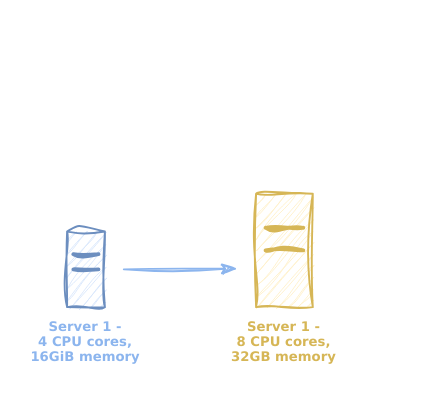
The draw.io diagram page "Page-2" (2 of 2) of diagrams/scaling.drawio in MichaelStott/tech-squawks, before the edit. Source tidied: cells renumbered, new cells numbered last; positions are measured from the earlier drawing's top-left corner, leaving out a move shared by most shapes. Both pictures are drawn from the tidied source at 189%, with x=0, y=0 at pixel (66, 193).
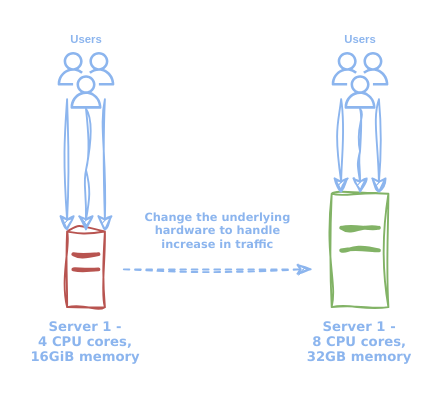
The same page after the edit.

Change to the diagram source:
```diff
@@
-    <mxCell id="2" value="Server 1 - &#10;4 CPU cores,&#10;16GiB memory" style="group;strokeColor=#6c8ebf;fontSize=7;labelPosition=center;verticalLabelPosition=bottom;align=center;verticalAlign=top;fontFamily=Verdana;sketch=1;curveFitting=1;jiggle=2;fillColor=#dae8fc;fontColor=#8CB5EE;fontStyle=1;" parent="1" vertex="1">
+    <mxCell id="2" value="Server 1 - &#10;4 CPU cores,&#10;16GiB memory" style="group;strokeColor=#b85450;fontSize=7;labelPosition=center;verticalLabelPosition=bottom;align=center;verticalAlign=top;fontFamily=Verdana;sketch=1;curveFitting=1;jiggle=2;fillColor=none;fontStyle=1;fontColor=#8CB5EE;" parent="1" vertex="1">
       <mxGeometry y="20" width="20" height="40" as="geometry" />
     </mxCell>
-    <mxCell id="3" style="line;strokeWidth=2;html=1;sketch=1;curveFitting=1;jiggle=2;strokeColor=#6c8ebf;fillColor=#dae8fc;fontColor=#8CB5EE;fontStyle=1;" parent="2" vertex="1">
+    <mxCell id="3" style="line;strokeWidth=2;html=1;sketch=1;curveFitting=1;jiggle=2;strokeColor=#b85450;fillColor=#f8cecc;fontStyle=1;" parent="2" vertex="1">
       <mxGeometry x="3.3" y="8" width="13.3" height="8" as="geometry" />
     </mxCell>
-    <mxCell id="4" style="line;strokeWidth=2;html=1;sketch=1;curveFitting=1;jiggle=2;strokeColor=#6c8ebf;fillColor=#dae8fc;fontColor=#8CB5EE;fontStyle=1;" parent="2" vertex="1">
+    <mxCell id="4" style="line;strokeWidth=2;html=1;sketch=1;curveFitting=1;jiggle=2;strokeColor=#b85450;fillColor=none;fontStyle=1;" parent="2" vertex="1">
       <mxGeometry x="3.3" y="16" width="13.3" height="8" as="geometry" />
     </mxCell>
-    <mxCell id="5" value="Server 1 - &#10;8 CPU cores,&#10;32GB memory" style="group;strokeColor=#d6b656;fontSize=7;labelPosition=center;verticalLabelPosition=bottom;align=center;verticalAlign=top;fontFamily=Verdana;sketch=1;curveFitting=1;jiggle=2;fillColor=#fff2cc;fontColor=#d6b656;fontStyle=1;" parent="1" vertex="1">
-      <mxGeometry x="100" width="30" height="60" as="geometry" />
+    <mxCell id="5" value="Server 1 - &#10;8 CPU cores,&#10;32GB memory" style="group;strokeColor=#82b366;fontSize=7;labelPosition=center;verticalLabelPosition=bottom;align=center;verticalAlign=top;fontFamily=Verdana;sketch=1;curveFitting=1;jiggle=2;fillColor=none;fontStyle=1;fontColor=#8CB5EE;" parent="1" vertex="1">
+      <mxGeometry x="140" width="30" height="60" as="geometry" />
     </mxCell>
-    <mxCell id="6" style="line;strokeWidth=2;html=1;sketch=1;curveFitting=1;jiggle=2;strokeColor=#d6b656;fillColor=#fff2cc;fontColor=#8CB5EE;fontStyle=1;" parent="5" vertex="1">
+    <mxCell id="6" style="line;strokeWidth=2;html=1;sketch=1;curveFitting=1;jiggle=2;strokeColor=#82b366;fillColor=#d5e8d4;fontStyle=1;" parent="5" vertex="1">
       <mxGeometry x="5" y="12" width="20" height="12" as="geometry" />
     </mxCell>
-    <mxCell id="7" style="line;strokeWidth=2;html=1;sketch=1;curveFitting=1;jiggle=2;strokeColor=#d6b656;fillColor=#fff2cc;fontColor=#8CB5EE;fontStyle=1;" parent="5" vertex="1">
+    <mxCell id="7" style="line;strokeWidth=2;html=1;sketch=1;curveFitting=1;jiggle=2;strokeColor=#82b366;fillColor=#d5e8d4;fontStyle=1;" parent="5" vertex="1">
       <mxGeometry x="5" y="24" width="20" height="12" as="geometry" />
     </mxCell>
-    <mxCell id="8" style="edgeStyle=none;orthogonalLoop=1;jettySize=auto;html=1;rounded=0;sketch=1;curveFitting=1;jiggle=2;strokeColor=#8CB5EE;endArrow=classicThin;endFill=1;fontColor=#8CB5EE;fontStyle=1;" parent="1" edge="1">
+    <mxCell id="8" style="edgeStyle=none;orthogonalLoop=1;jettySize=auto;html=1;rounded=0;sketch=1;curveFitting=1;jiggle=2;strokeColor=#8CB5EE;endArrow=classicThin;endFill=1;fontColor=#8CB5EE;fontStyle=1;dashed=1;" parent="1" edge="1">
       <mxGeometry relative="1" as="geometry">
         <mxPoint x="30" y="40" as="sourcePoint" />
-        <mxPoint x="90" y="39.7" as="targetPoint" />
+        <mxPoint x="130" y="40" as="targetPoint" />
       </mxGeometry>
     </mxCell>
+    <mxCell id="9" style="edgeStyle=orthogonalEdgeStyle;rounded=0;jettySize=auto;html=1;sketch=1;curveFitting=1;jiggle=2;strokeColor=#8CB5EE;" parent="1" edge="1" source="10">
+      <mxGeometry relative="1" as="geometry">
+        <mxPoint x="10" y="20" as="targetPoint" />
+      </mxGeometry>
+    </mxCell>
+    <mxCell id="10" value="&lt;b style=&quot;font-size: 6px;&quot;&gt;Users&lt;/b&gt;" style="sketch=0;outlineConnect=0;fontColor=#8CB5EE;gradientColor=none;fillColor=#8CB5EE;strokeColor=none;dashed=0;verticalLabelPosition=top;verticalAlign=bottom;align=center;html=1;fontSize=6;fontStyle=0;shape=mxgraph.aws4.users;labelPosition=center;" parent="1" vertex="1">
+      <mxGeometry x="-5" y="-75" width="30" height="30" as="geometry" />
+    </mxCell>
+    <mxCell id="11" style="edgeStyle=orthogonalEdgeStyle;rounded=0;orthogonalLoop=1;jettySize=auto;html=1;sketch=1;curveFitting=1;jiggle=2;strokeColor=#8CB5EE;" parent="1" edge="1">
+      <mxGeometry relative="1" as="geometry">
+        <mxPoint y="-50" as="sourcePoint" />
+        <mxPoint y="20" as="targetPoint" />
+      </mxGeometry>
+    </mxCell>
+    <mxCell id="12" style="edgeStyle=orthogonalEdgeStyle;rounded=0;orthogonalLoop=1;jettySize=auto;html=1;sketch=1;curveFitting=1;jiggle=2;strokeColor=#8CB5EE;" parent="1" edge="1">
+      <mxGeometry relative="1" as="geometry">
+        <mxPoint x="20" y="-50" as="sourcePoint" />
+        <mxPoint x="20" y="20" as="targetPoint" />
+      </mxGeometry>
+    </mxCell>
+    <mxCell id="13" style="edgeStyle=orthogonalEdgeStyle;rounded=0;jettySize=auto;html=1;sketch=1;curveFitting=1;jiggle=2;strokeColor=#8CB5EE;" parent="1" edge="1" source="14">
+      <mxGeometry relative="1" as="geometry">
+        <mxPoint x="155" as="targetPoint" />
+      </mxGeometry>
+    </mxCell>
+    <mxCell id="14" value="&lt;b style=&quot;font-size: 6px;&quot;&gt;Users&lt;/b&gt;" style="sketch=0;outlineConnect=0;fontColor=#8CB5EE;gradientColor=none;fillColor=#8CB5EE;strokeColor=none;dashed=0;verticalLabelPosition=top;verticalAlign=bottom;align=center;html=1;fontSize=6;fontStyle=0;shape=mxgraph.aws4.users;labelPosition=center;" parent="1" vertex="1">
+      <mxGeometry x="140" y="-75" width="30" height="30" as="geometry" />
+    </mxCell>
+    <mxCell id="15" style="edgeStyle=orthogonalEdgeStyle;rounded=0;orthogonalLoop=1;jettySize=auto;html=1;sketch=1;curveFitting=1;jiggle=2;strokeColor=#8CB5EE;" parent="1" edge="1">
+      <mxGeometry relative="1" as="geometry">
+        <mxPoint x="145" y="-50" as="sourcePoint" />
+        <mxPoint x="145" as="targetPoint" />
+      </mxGeometry>
+    </mxCell>
+    <mxCell id="16" style="edgeStyle=orthogonalEdgeStyle;rounded=0;orthogonalLoop=1;jettySize=auto;html=1;sketch=1;curveFitting=1;jiggle=2;strokeColor=#8CB5EE;" parent="1" edge="1">
+      <mxGeometry relative="1" as="geometry">
+        <mxPoint x="165" y="-50" as="sourcePoint" />
+        <mxPoint x="165" as="targetPoint" />
+      </mxGeometry>
+    </mxCell>
+    <mxCell id="17" value="Change the underlying&#10;hardware to handle&#10;increase in traffic" style="text;align=center;verticalAlign=middle;strokeColor=none;fillColor=none;fontColor=#8CB5EE;fontSize=6;fontStyle=1;fontFamily=Verdana;" parent="1" vertex="1">
+      <mxGeometry x="30" width="100" height="40" as="geometry" />
+    </mxCell>
```
